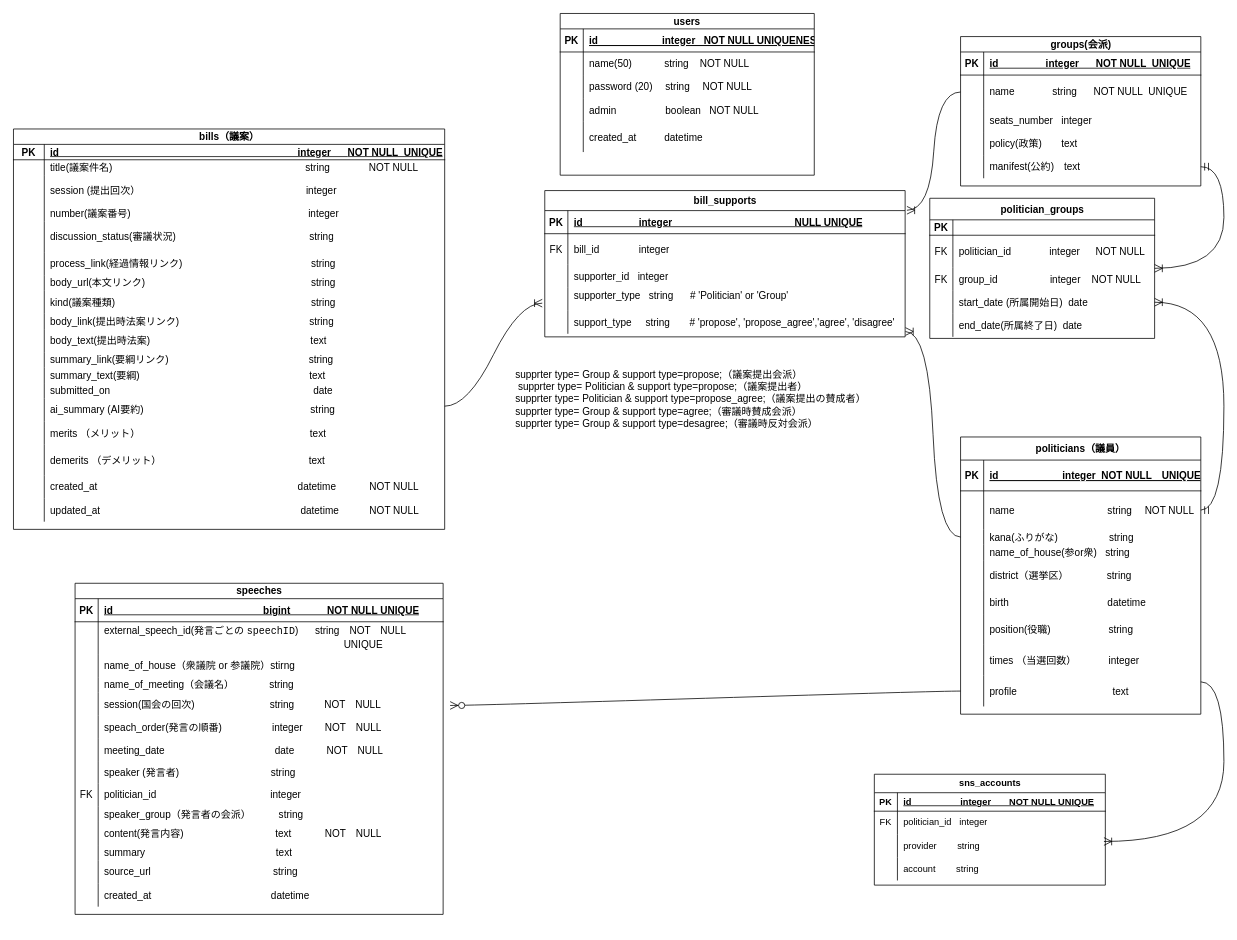
Above: page "Page-1のコピー" (2 of 3) of ER図.drawio in marimari20020711/senkyo_e_go (draw.io), before the change. Source tidied: cells renumbered, new cells numbered last; positions are measured from the earlier drawing's top-left corner, leaving out a move shared by most shapes. Both pictures are drawn from the tidied source at 77%, with x=0, y=0 at pixel (13, -166).
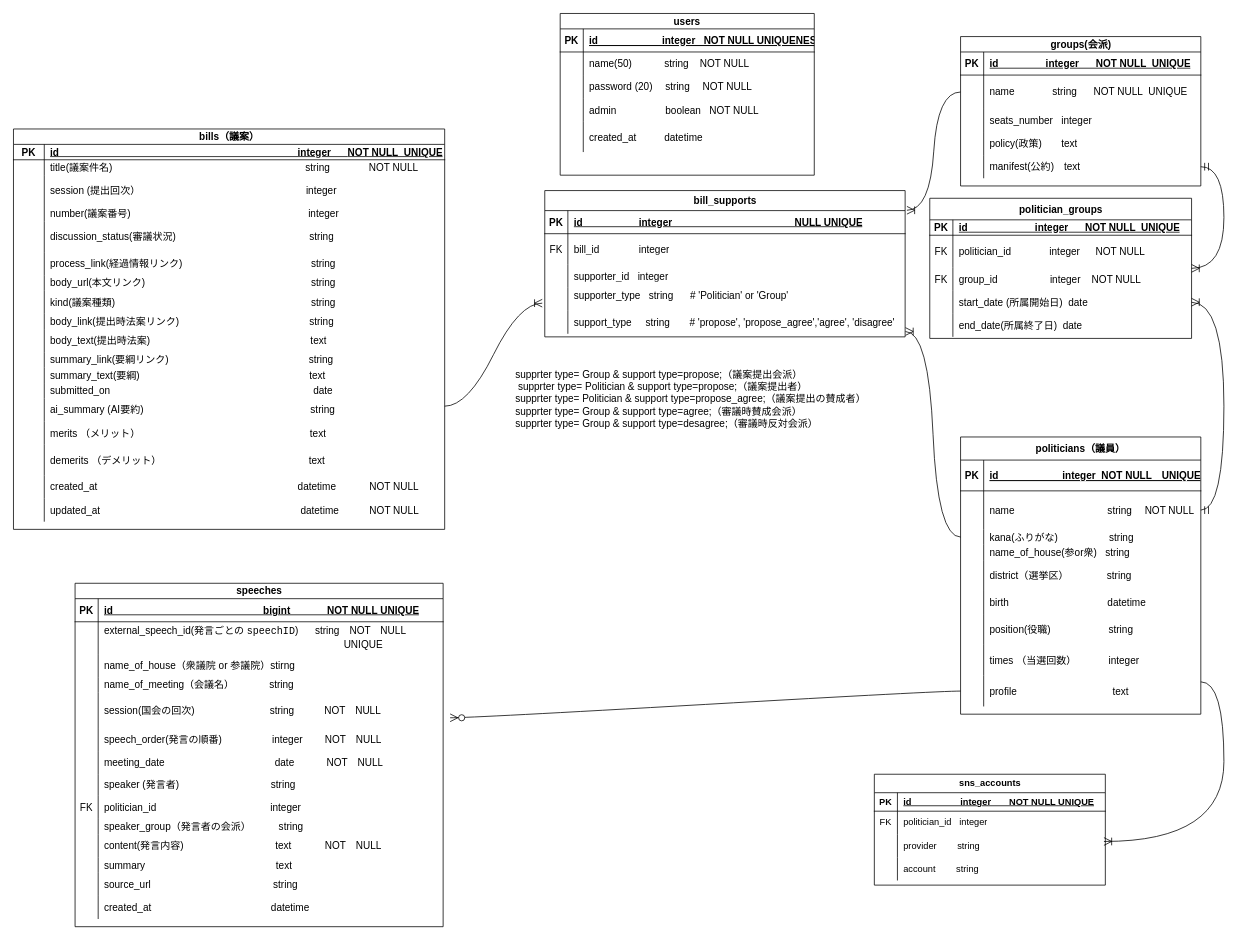
After the change.

Commit message:
ER図.drawio を更新します

Change to the diagram source:
```diff
@@
     <mxCell id="46" value="politician_groups" style="shape=table;startSize=28;childLayout=tableLayout;rowLines=0;fontStyle=1;align=center;html=1;fontSize=13;" parent="1" vertex="1">
-      <mxGeometry x="1190" y="473" width="292" height="182" as="geometry" />
+      <mxGeometry x="1190" y="473" width="340" height="182" as="geometry" />
     </mxCell>
     <mxCell id="47" style="shape=tableRow;horizontal=0;startSize=0;swimlaneHead=0;swimlaneBody=0;fillColor=none;top=0;left=0;right=0;bottom=1;fontSize=13;" parent="46" vertex="1">
-      <mxGeometry y="28" width="292" height="20" as="geometry" />
+      <mxGeometry y="28" width="340" height="20" as="geometry" />
     </mxCell>
@@
-    <mxCell id="49" style="shape=partialRectangle;fillColor=none;top=0;left=0;bottom=0;right=0;align=left;spacingLeft=6;fontStyle=5;overflow=hidden;whiteSpace=wrap;html=1;fontSize=13;" parent="47" vertex="1">
-      <mxGeometry x="30" width="262" height="20" as="geometry" />
+    <mxCell id="49" value="id&amp;nbsp; &amp;nbsp; &amp;nbsp; &amp;nbsp; &amp;nbsp; &amp;nbsp; &amp;nbsp; 　　&amp;nbsp; &amp;nbsp;integer&amp;nbsp; &amp;nbsp; &amp;nbsp; NOT NULL&amp;nbsp; UNIQUE" style="shape=partialRectangle;fillColor=none;top=0;left=0;bottom=0;right=0;align=left;spacingLeft=6;fontStyle=5;overflow=hidden;whiteSpace=wrap;html=1;fontSize=13;" parent="47" vertex="1">
+      <mxGeometry x="30" width="310" height="20" as="geometry" />
     </mxCell>
     <mxCell id="50" style="shape=tableRow;horizontal=0;startSize=0;swimlaneHead=0;swimlaneBody=0;fillColor=none;top=0;left=0;right=0;bottom=0;fontSize=13;" parent="46" vertex="1">
-      <mxGeometry y="48" width="292" height="42" as="geometry" />
+      <mxGeometry y="48" width="340" height="42" as="geometry" />
     </mxCell>
@@
     <mxCell id="52" value="&lt;span style=&quot;text-wrap-mode: nowrap;&quot;&gt;politician_id&amp;nbsp; &amp;nbsp;　　　integer 　 NOT NULL&lt;/span&gt;" style="shape=partialRectangle;fillColor=none;top=0;left=0;bottom=0;right=0;align=left;spacingLeft=6;overflow=hidden;whiteSpace=wrap;html=1;fontSize=13;" parent="50" vertex="1">
-      <mxGeometry x="30" width="262" height="42" as="geometry" />
+      <mxGeometry x="30" width="310" height="42" as="geometry" />
     </mxCell>
     <mxCell id="53" style="shape=tableRow;horizontal=0;startSize=0;swimlaneHead=0;swimlaneBody=0;fillColor=none;top=0;left=0;right=0;bottom=0;fontSize=13;" parent="46" vertex="1">
-      <mxGeometry y="90" width="292" height="30" as="geometry" />
+      <mxGeometry y="90" width="340" height="30" as="geometry" />
     </mxCell>
@@
     <mxCell id="55" value="group_id&amp;nbsp; &amp;nbsp; &amp;nbsp; &amp;nbsp; 　　　integer&amp;nbsp; &amp;nbsp; NOT NULL" style="shape=partialRectangle;fillColor=none;top=0;left=0;bottom=0;right=0;align=left;spacingLeft=6;overflow=hidden;whiteSpace=wrap;html=1;fontSize=13;" parent="53" vertex="1">
-      <mxGeometry x="30" width="262" height="30" as="geometry" />
+      <mxGeometry x="30" width="310" height="30" as="geometry" />
     </mxCell>
     <mxCell id="56" style="shape=tableRow;horizontal=0;startSize=0;swimlaneHead=0;swimlaneBody=0;fillColor=none;points=[[0,0.5],[1,0.5]];portConstraint=eastwest;top=0;left=0;right=0;bottom=0;fontSize=13;" parent="46" vertex="1">
-      <mxGeometry y="120" width="292" height="30" as="geometry" />
+      <mxGeometry y="120" width="340" height="30" as="geometry" />
     </mxCell>
@@
     <mxCell id="58" value="start_date (所属開始日)&amp;nbsp; date" style="shape=partialRectangle;fillColor=none;top=0;left=0;bottom=0;right=0;align=left;spacingLeft=6;overflow=hidden;whiteSpace=wrap;html=1;fontSize=13;" parent="56" vertex="1">
-      <mxGeometry x="30" width="262" height="30" as="geometry" />
+      <mxGeometry x="30" width="310" height="30" as="geometry" />
     </mxCell>
     <mxCell id="59" style="shape=tableRow;horizontal=0;startSize=0;swimlaneHead=0;swimlaneBody=0;fillColor=none;top=0;left=0;right=0;bottom=0;fontSize=13;" parent="46" vertex="1">
-      <mxGeometry y="150" width="292" height="30" as="geometry" />
+      <mxGeometry y="150" width="340" height="30" as="geometry" />
     </mxCell>
@@
     <mxCell id="61" value="end_date(所属終了日)&amp;nbsp; date" style="shape=partialRectangle;fillColor=none;top=0;left=0;bottom=0;right=0;align=left;spacingLeft=6;overflow=hidden;whiteSpace=wrap;html=1;fontSize=13;" parent="59" vertex="1">
-      <mxGeometry x="30" width="262" height="30" as="geometry" />
+      <mxGeometry x="30" width="310" height="30" as="geometry" />
     </mxCell>
     <mxCell id="62" value="speeches" style="shape=table;startSize=20;childLayout=tableLayout;rowLines=0;fontStyle=1;align=center;html=1;fontSize=13;" parent="1" vertex="1">
-      <mxGeometry x="80" y="973" width="478" height="430" as="geometry" />
+      <mxGeometry x="80" y="973" width="478" height="446" as="geometry" />
     </mxCell>
@@
     <mxCell id="75" style="shape=tableRow;horizontal=0;startSize=0;swimlaneHead=0;swimlaneBody=0;fillColor=none;top=0;left=0;right=0;bottom=0;fontSize=13;" parent="62" vertex="1">
-      <mxGeometry y="142" width="478" height="30" as="geometry" />
+      <mxGeometry y="142" width="478" height="46" as="geometry" />
     </mxCell>
     <mxCell id="76" style="shape=partialRectangle;fillColor=none;top=0;left=0;bottom=0;right=0;overflow=hidden;whiteSpace=wrap;html=1;fontSize=13;" parent="75" vertex="1">
-      <mxGeometry width="30" height="30" as="geometry" />
+      <mxGeometry width="30" height="46" as="geometry" />
     </mxCell>
     <mxCell id="77" value="session(国会の回次)&lt;span style=&quot;background-color: transparent; color: light-dark(rgb(0, 0, 0), rgb(255, 255, 255));&quot;&gt;　　　　　&amp;nbsp; &amp;nbsp; &amp;nbsp; &amp;nbsp; &amp;nbsp;string　　　&lt;/span&gt;NOT　NULL&lt;span style=&quot;background-color: transparent; color: light-dark(rgb(0, 0, 0), rgb(255, 255, 255));&quot;&gt;　　　&lt;/span&gt;" style="shape=partialRectangle;fillColor=none;top=0;left=0;bottom=0;right=0;align=left;spacingLeft=6;overflow=hidden;whiteSpace=wrap;html=1;fontSize=13;" parent="75" vertex="1">
-      <mxGeometry x="30" width="448" height="30" as="geometry" />
+      <mxGeometry x="30" width="448" height="46" as="geometry" />
     </mxCell>
     <mxCell id="78" style="shape=tableRow;horizontal=0;startSize=0;swimlaneHead=0;swimlaneBody=0;fillColor=none;points=[[0,0.5],[1,0.5]];portConstraint=eastwest;top=0;left=0;right=0;bottom=0;fontSize=13;" parent="62" vertex="1">
-      <mxGeometry y="172" width="478" height="30" as="geometry" />
+      <mxGeometry y="188" width="478" height="30" as="geometry" />
     </mxCell>
@@
-    <mxCell id="80" value="speach_order(発言の順番)&amp;nbsp; &amp;nbsp; &amp;nbsp; &amp;nbsp; &amp;nbsp; &amp;nbsp; &amp;nbsp; &amp;nbsp; &amp;nbsp; integer&amp;nbsp; &amp;nbsp; &amp;nbsp; &amp;nbsp; NOT　NULL" style="shape=partialRectangle;fillColor=none;top=0;left=0;bottom=0;right=0;align=left;spacingLeft=6;overflow=hidden;whiteSpace=wrap;html=1;fontSize=13;" parent="78" vertex="1">
+    <mxCell id="80" value="speech_order(発言の順番)&amp;nbsp; &amp;nbsp; &amp;nbsp; &amp;nbsp; &amp;nbsp; &amp;nbsp; &amp;nbsp; &amp;nbsp; &amp;nbsp; integer&amp;nbsp; &amp;nbsp; &amp;nbsp; &amp;nbsp; NOT　NULL" style="shape=partialRectangle;fillColor=none;top=0;left=0;bottom=0;right=0;align=left;spacingLeft=6;overflow=hidden;whiteSpace=wrap;html=1;fontSize=13;" parent="78" vertex="1">
       <mxGeometry x="30" width="448" height="30" as="geometry" />
     </mxCell>
     <mxCell id="81" style="shape=tableRow;horizontal=0;startSize=0;swimlaneHead=0;swimlaneBody=0;fillColor=none;top=0;left=0;right=0;bottom=0;fontSize=13;" parent="62" vertex="1">
-      <mxGeometry y="202" width="478" height="30" as="geometry" />
+      <mxGeometry y="218" width="478" height="30" as="geometry" />
     </mxCell>
@@
     <mxCell id="84" style="shape=tableRow;horizontal=0;startSize=0;swimlaneHead=0;swimlaneBody=0;fillColor=none;top=0;left=0;right=0;bottom=0;fontSize=13;" parent="62" vertex="1">
-      <mxGeometry y="232" width="478" height="28" as="geometry" />
+      <mxGeometry y="248" width="478" height="28" as="geometry" />
     </mxCell>
@@
     <mxCell id="87" style="shape=tableRow;horizontal=0;startSize=0;swimlaneHead=0;swimlaneBody=0;fillColor=none;top=0;left=0;right=0;bottom=0;fontSize=13;" parent="62" vertex="1">
-      <mxGeometry y="260" width="478" height="30" as="geometry" />
+      <mxGeometry y="276" width="478" height="30" as="geometry" />
     </mxCell>
@@
     <mxCell id="90" style="shape=tableRow;horizontal=0;startSize=0;swimlaneHead=0;swimlaneBody=0;fillColor=none;top=0;left=0;right=0;bottom=0;fontSize=13;" parent="62" vertex="1">
-      <mxGeometry y="290" width="478" height="20" as="geometry" />
+      <mxGeometry y="306" width="478" height="20" as="geometry" />
     </mxCell>
@@
     <mxCell id="93" style="shape=tableRow;horizontal=0;startSize=0;swimlaneHead=0;swimlaneBody=0;fillColor=none;top=0;left=0;right=0;bottom=0;fontSize=13;" parent="62" vertex="1">
-      <mxGeometry y="310" width="478" height="30" as="geometry" />
+      <mxGeometry y="326" width="478" height="30" as="geometry" />
     </mxCell>
@@
     <mxCell id="96" style="shape=tableRow;horizontal=0;startSize=0;swimlaneHead=0;swimlaneBody=0;fillColor=none;top=0;left=0;right=0;bottom=0;fontSize=13;" parent="62" vertex="1">
-      <mxGeometry y="340" width="478" height="20" as="geometry" />
+      <mxGeometry y="356" width="478" height="20" as="geometry" />
     </mxCell>
@@
     <mxCell id="99" style="shape=tableRow;horizontal=0;startSize=0;swimlaneHead=0;swimlaneBody=0;fillColor=none;top=0;left=0;right=0;bottom=0;fontSize=13;" parent="62" vertex="1">
-      <mxGeometry y="360" width="478" height="30" as="geometry" />
+      <mxGeometry y="376" width="478" height="30" as="geometry" />
     </mxCell>
@@
     <mxCell id="102" style="shape=tableRow;horizontal=0;startSize=0;swimlaneHead=0;swimlaneBody=0;fillColor=none;top=0;left=0;right=0;bottom=0;fontSize=13;" parent="62" vertex="1">
-      <mxGeometry y="390" width="478" height="30" as="geometry" />
+      <mxGeometry y="406" width="478" height="30" as="geometry" />
     </mxCell>
```
